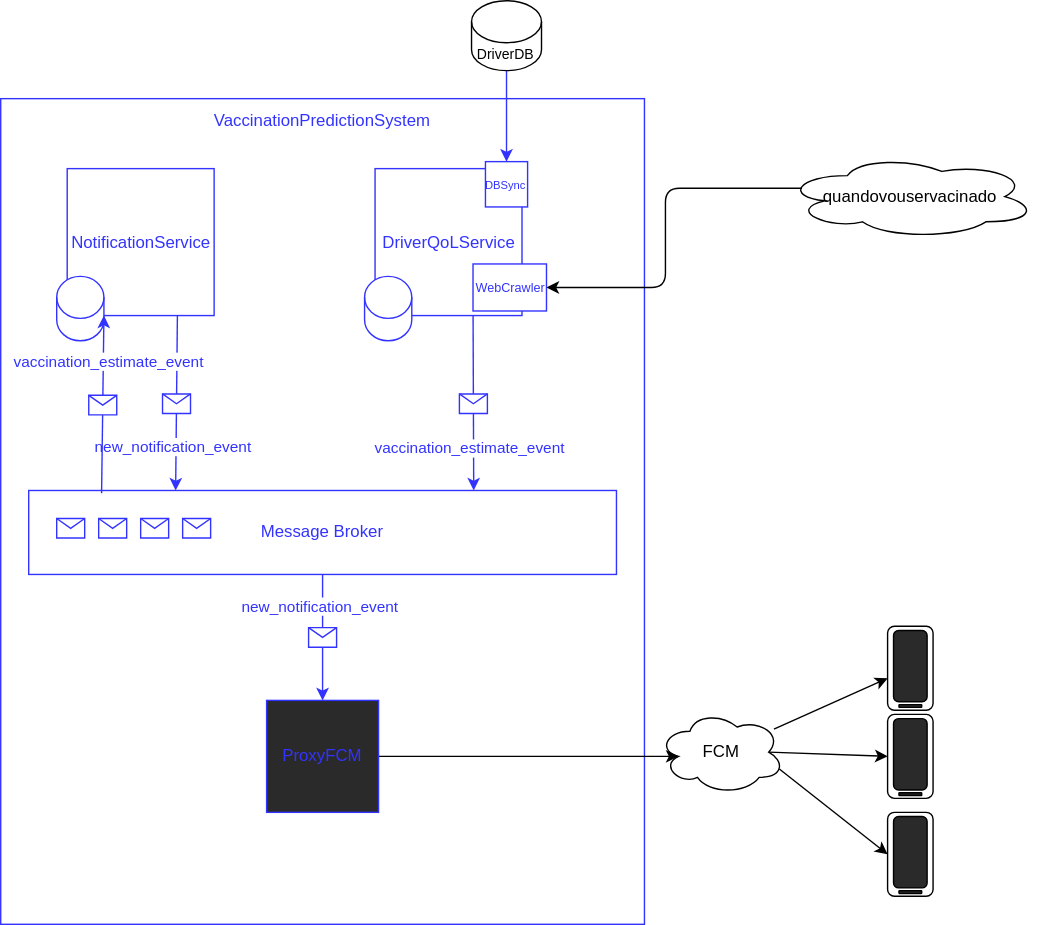
Before: architecture/diagram.svg, a diagram exported from draw.io (victoralvesp/carguero-vaccination-estimate-spec). Source tidied: cells renumbered, new cells last; positions are measured from the earlier drawing's top-left corner, leaving out a move shared by most shapes.
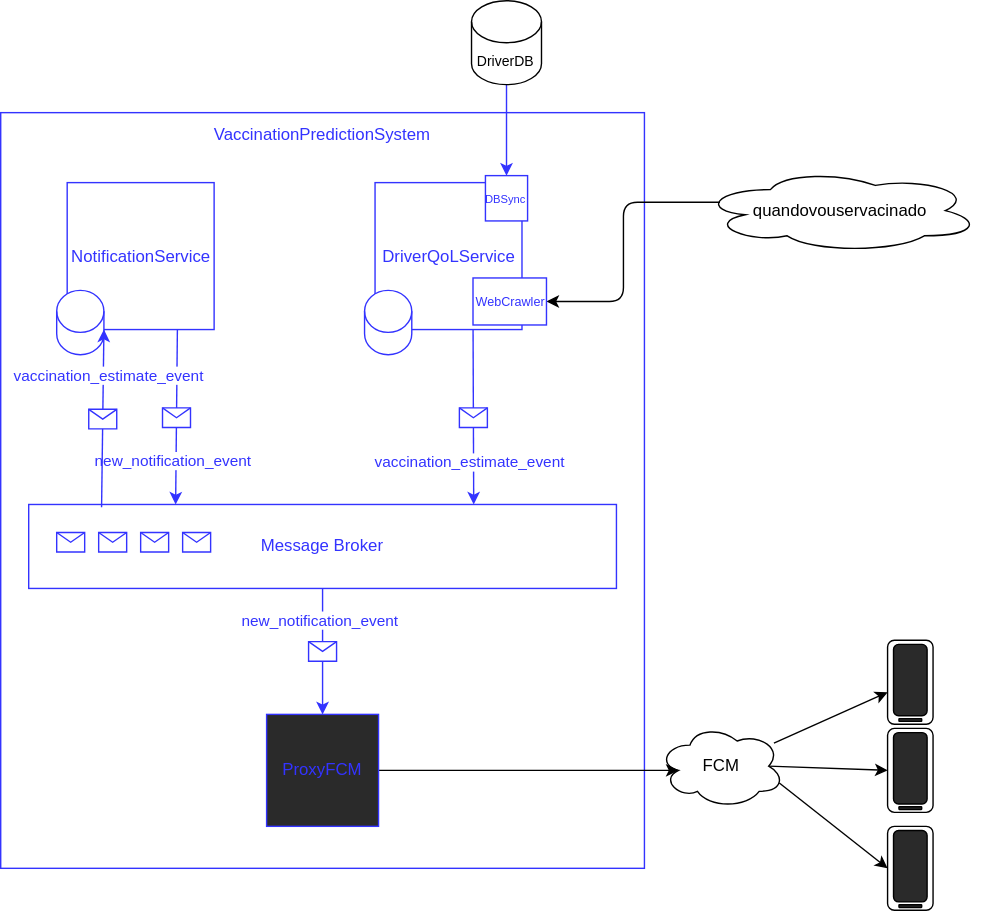
After the change.

Commit message:
changed small changes in diagram format

Change to the diagram source:
```diff
@@ -3,16 +3,16 @@
     <mxCell id="0" />
     <mxCell id="1" parent="0" />
     <mxCell id="2" value="&lt;font color=&quot;#3333ff&quot;&gt;VaccinationPredictionSystem&lt;/font&gt;" style="whiteSpace=wrap;html=1;strokeColor=#3333FF;spacing=4;horizontal=1;verticalAlign=top;" parent="1" vertex="1">
-      <mxGeometry y="70" width="460" height="590" as="geometry" />
+      <mxGeometry y="70" width="460" height="540" as="geometry" />
     </mxCell>
     <mxCell id="3" style="edgeStyle=orthogonalEdgeStyle;rounded=0;jettySize=auto;html=1;exitX=0.5;exitY=1;exitDx=0;exitDy=0;exitPerimeter=0;entryX=0.5;entryY=0;entryDx=0;entryDy=0;strokeColor=#3333FF;fontColor=#3333FF;" parent="1" edge="1" source="4" target="14">
       <mxGeometry relative="1" as="geometry" />
     </mxCell>
     <mxCell id="4" value="&lt;font style=&quot;font-size: 10px&quot;&gt;DriverDB&lt;br&gt;&lt;/font&gt;" style="shape=cylinder3;whiteSpace=wrap;html=1;boundedLbl=1;backgroundOutline=1;size=15;" parent="1" vertex="1">
-      <mxGeometry x="336.4" width="50" height="50" as="geometry" />
+      <mxGeometry x="336.4" y="-10" width="50" height="60" as="geometry" />
     </mxCell>
     <mxCell id="5" value="quandovouservacinado" style="ellipse;shape=cloud;whiteSpace=wrap;html=1;" parent="1" vertex="1">
-      <mxGeometry x="560" y="110" width="180" height="60" as="geometry" />
+      <mxGeometry x="500" y="110" width="200" height="60" as="geometry" />
     </mxCell>
     <mxCell id="6" style="endArrow=classic;html=1;entryX=1;entryY=0.5;entryDx=0;entryDy=0;exitX=0.07;exitY=0.4;exitDx=0;exitDy=0;exitPerimeter=0;edgeStyle=orthogonalEdgeStyle;" parent="1" edge="1" source="5" target="13">
       <mxGeometry relative="1" as="geometry" />
@@ -63,7 +63,7 @@
     <mxCell id="20" style="edgeStyle=orthogonalEdgeStyle;rounded=0;jettySize=auto;html=1;exitX=1;exitY=0.5;exitDx=0;exitDy=0;entryX=0.16;entryY=0.55;entryDx=0;entryDy=0;entryPerimeter=0;" parent="1" edge="1" source="21" target="18">
       <mxGeometry relative="1" as="geometry" />
     </mxCell>
-    <mxCell id="21" value="&lt;font color=&quot;#3333ff&quot;&gt;ProxyFCM&lt;/font&gt;" style="whiteSpace=wrap;html=1;fillColor=#2a2a2a;strokeColor=#3333FF;spacing=4;" parent="1" vertex="1">
+    <mxCell id="21" value="&lt;font color=&quot;#3333ff&quot;&gt;ProxyFCM&lt;/font&gt;" style="whiteSpace=wrap;html=1;fillColor=#2a2a2a;strokeColor=#3333FF;spacing=4;verticalAlign=middle;" parent="1" vertex="1">
       <mxGeometry x="190" y="500" width="80" height="80" as="geometry" />
     </mxCell>
     <mxCell id="22" style="html=1;entryX=0.5;entryY=0;entryDx=0;entryDy=0;exitX=0.5;exitY=1;exitDx=0;exitDy=0;fontSize=12;strokeColor=#3333FF;fillColor=#2a2a2a;spacing=4;" parent="1" edge="1" source="19" target="21">
```
